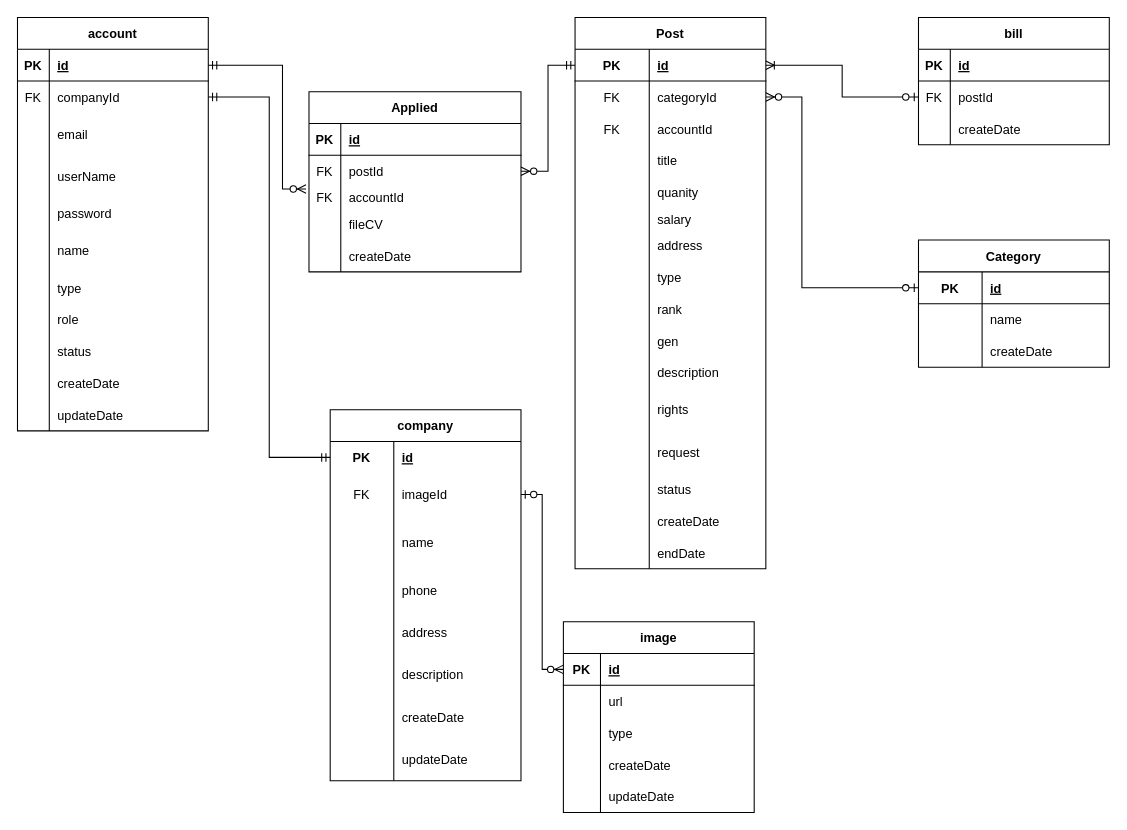
Before: page "Page-1" (1 of 3) of databaseTT.drawio in TruongDoanNhat/ThucTapLapTrinhWeb_TinTuyenDung, a draw.io diagram. Source tidied: cells renumbered, new cells numbered last; positions are measured from the earlier drawing's top-left corner, leaving out a move shared by most shapes. Both pictures are drawn from the tidied source at 106%, with x=0, y=0 at pixel (17, 17).
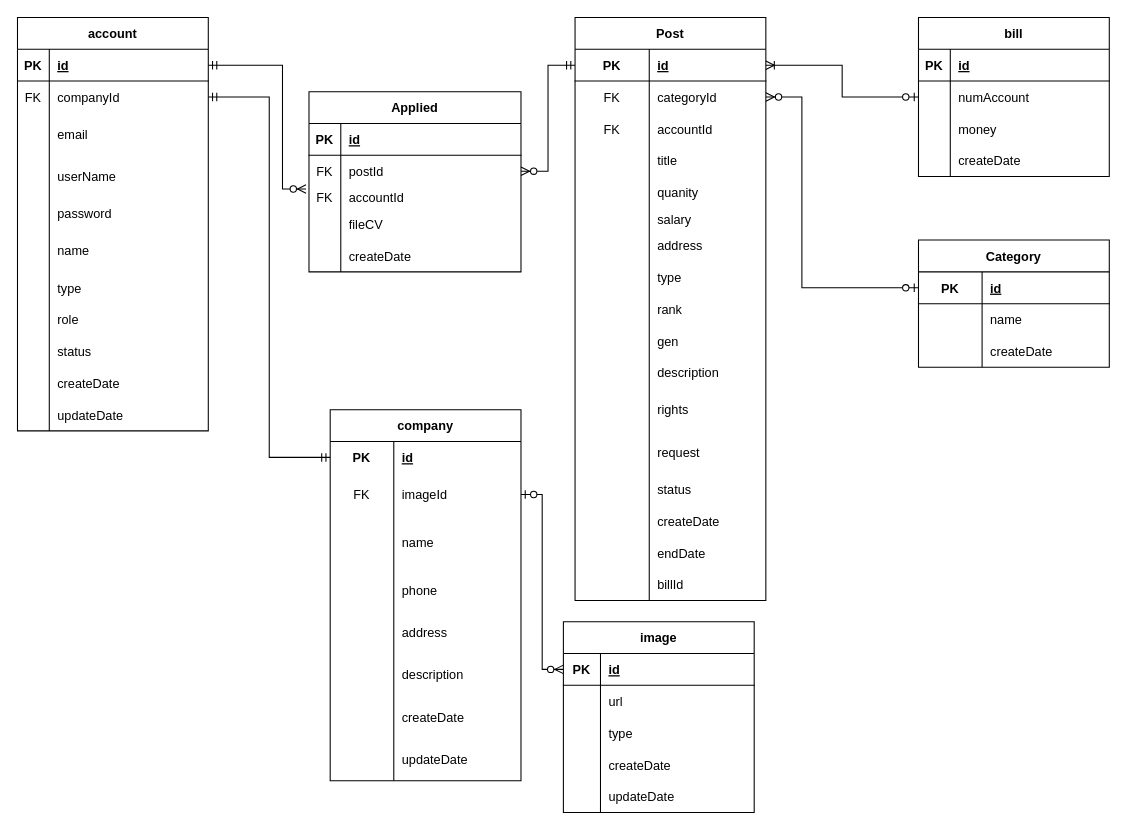
The same diagram, later.

The change refers to these unchanged cells:
```xml
<mxCell id="157" style="shape=tableRow;horizontal=0;startSize=0;swimlaneHead=0;swimlaneBody=0;fillColor=none;points=[[0,0.5],[1,0.5]];portConstraint=eastwest;top=0;left=0;right=0;bottom=0;dashed=0;labelBackgroundColor=default;strokeColor=default;strokeWidth=1;fontFamily=Helvetica;fontSize=12;fontColor=default;" parent="153" vertex="1">
  <mxGeometry y="60" width="180" height="30" as="geometry" />
</mxCell>
```

Change to the diagram source:
```diff
@@
     <mxCell id="44" value="Post" style="shape=table;startSize=30;childLayout=tableLayout;rowLines=0;fontStyle=1;align=center;strokeColor=default;fontFamily=Helvetica;fontSize=12;fontColor=default;fillColor=none;" parent="1" vertex="1">
-      <mxGeometry x="526" width="180" height="520" as="geometry" />
+      <mxGeometry x="526" width="180" height="550" as="geometry" />
     </mxCell>
@@
+    <mxCell id="169" style="shape=tableRow;horizontal=0;startSize=0;swimlaneHead=0;swimlaneBody=0;fillColor=none;top=0;left=0;right=0;bottom=0;strokeColor=default;fontFamily=Helvetica;fontSize=12;fontColor=default;" parent="44" vertex="1">
+      <mxGeometry y="520" width="180" height="30" as="geometry" />
+    </mxCell>
+    <mxCell id="170" style="shape=partialRectangle;fillColor=none;top=0;left=0;bottom=0;right=0;overflow=hidden;strokeColor=default;fontFamily=Helvetica;fontSize=12;fontColor=default;" parent="169" vertex="1">
+      <mxGeometry width="70" height="30" as="geometry" />
+    </mxCell>
+    <mxCell id="171" value="billId" style="shape=partialRectangle;fillColor=none;top=0;left=0;bottom=0;right=0;align=left;spacingLeft=6;overflow=hidden;strokeColor=default;fontFamily=Helvetica;fontSize=12;fontColor=default;" parent="169" vertex="1">
+      <mxGeometry x="70" width="110" height="30" as="geometry" />
+    </mxCell>
@@
     <mxCell id="153" value="bill" style="shape=table;startSize=30;childLayout=tableLayout;rowLines=0;fontStyle=1;align=center;dashed=0;labelBackgroundColor=default;strokeColor=default;strokeWidth=1;fontFamily=Helvetica;fontSize=12;fontColor=default;fillColor=none;" parent="1" vertex="1">
-      <mxGeometry x="850" width="180" height="120" as="geometry" />
+      <mxGeometry x="850" width="180" height="150" as="geometry" />
     </mxCell>
@@
-    <mxCell id="158" value="FK" style="shape=partialRectangle;fillColor=none;top=0;left=0;bottom=0;right=0;overflow=hidden;dashed=0;labelBackgroundColor=default;strokeColor=default;strokeWidth=1;fontFamily=Helvetica;fontSize=12;fontColor=default;" parent="157" vertex="1">
+    <mxCell id="158" style="shape=partialRectangle;fillColor=none;top=0;left=0;bottom=0;right=0;overflow=hidden;dashed=0;labelBackgroundColor=default;strokeColor=default;strokeWidth=1;fontFamily=Helvetica;fontSize=12;fontColor=default;" parent="157" vertex="1">
       <mxGeometry width="30" height="30" as="geometry" />
     </mxCell>
-    <mxCell id="159" value="postId" style="shape=partialRectangle;fillColor=none;top=0;left=0;bottom=0;right=0;align=left;spacingLeft=6;overflow=hidden;dashed=0;labelBackgroundColor=default;strokeColor=default;strokeWidth=1;fontFamily=Helvetica;fontSize=12;fontColor=default;" parent="157" vertex="1">
+    <mxCell id="159" value="numAccount" style="shape=partialRectangle;fillColor=none;top=0;left=0;bottom=0;right=0;align=left;spacingLeft=6;overflow=hidden;dashed=0;labelBackgroundColor=default;strokeColor=default;strokeWidth=1;fontFamily=Helvetica;fontSize=12;fontColor=default;" parent="157" vertex="1">
       <mxGeometry x="30" width="150" height="30" as="geometry" />
     </mxCell>
+    <mxCell id="172" style="shape=tableRow;horizontal=0;startSize=0;swimlaneHead=0;swimlaneBody=0;fillColor=none;top=0;left=0;right=0;bottom=0;dashed=0;labelBackgroundColor=default;strokeColor=default;strokeWidth=1;fontFamily=Helvetica;fontSize=12;fontColor=default;" parent="153" vertex="1">
+      <mxGeometry y="90" width="180" height="30" as="geometry" />
+    </mxCell>
+    <mxCell id="173" style="shape=partialRectangle;fillColor=none;top=0;left=0;bottom=0;right=0;overflow=hidden;dashed=0;labelBackgroundColor=default;strokeColor=default;strokeWidth=1;fontFamily=Helvetica;fontSize=12;fontColor=default;" parent="172" vertex="1">
+      <mxGeometry width="30" height="30" as="geometry" />
+    </mxCell>
+    <mxCell id="174" value="money" style="shape=partialRectangle;fillColor=none;top=0;left=0;bottom=0;right=0;align=left;spacingLeft=6;overflow=hidden;dashed=0;labelBackgroundColor=default;strokeColor=default;strokeWidth=1;fontFamily=Helvetica;fontSize=12;fontColor=default;" parent="172" vertex="1">
+      <mxGeometry x="30" width="150" height="30" as="geometry" />
+    </mxCell>
     <mxCell id="160" style="shape=tableRow;horizontal=0;startSize=0;swimlaneHead=0;swimlaneBody=0;fillColor=none;top=0;left=0;right=0;bottom=0;dashed=0;labelBackgroundColor=default;strokeColor=default;strokeWidth=1;fontFamily=Helvetica;fontSize=12;fontColor=default;" parent="153" vertex="1">
-      <mxGeometry y="90" width="180" height="30" as="geometry" />
+      <mxGeometry y="120" width="180" height="30" as="geometry" />
     </mxCell>
```
